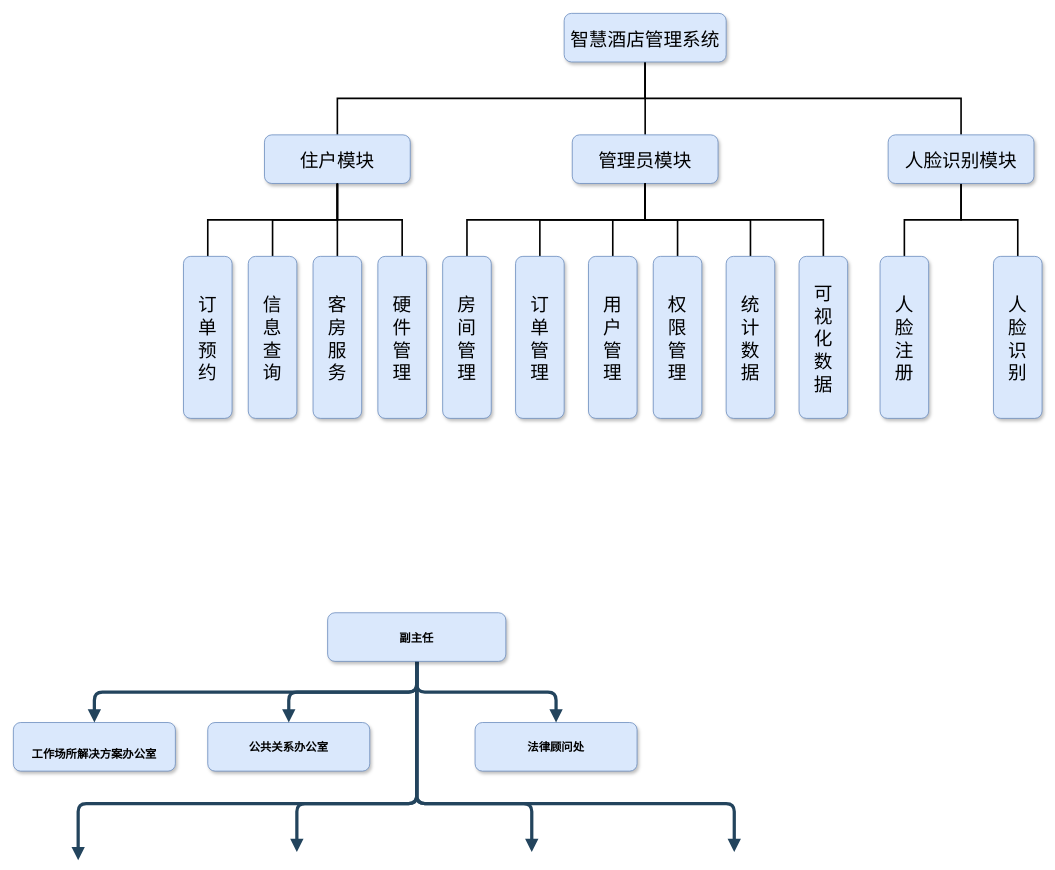
This is docs/src/系统机结构图.drawio from AndSonder/smart-hotel-database, a draw.io file, before an edit. Source tidied: cells renumbered, new cells numbered last; positions are measured from the earlier drawing's top-left corner, leaving out a move shared by most shapes. Both pictures are drawn from the tidied source at 81%, with x=0, y=0 at pixel (13, 13).
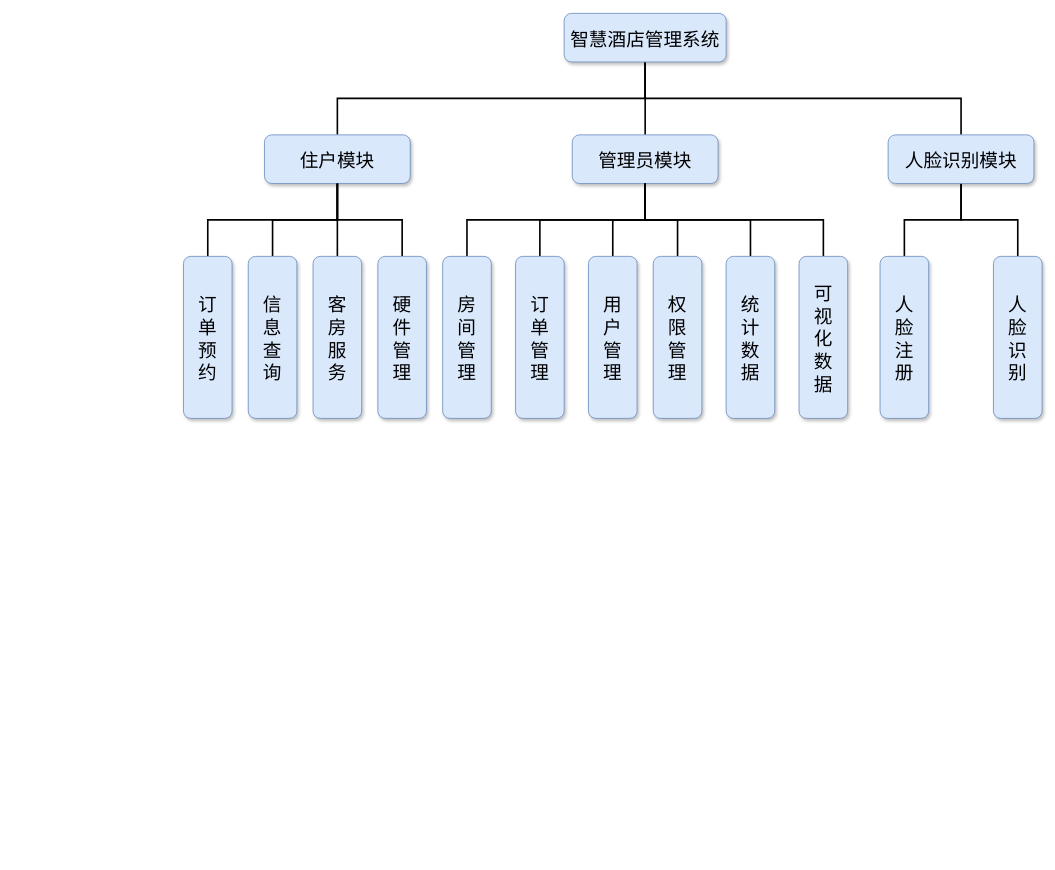
After the change.

Commit message (it also covers changes not shown here):
更新了需求分析文档图片

The edit, as a diff of the source:
```diff
@@
-    <mxCell id="6" value="&#10;工作场所解决方案办公室" style="rounded=1;fillColor=#dae8fc;strokeColor=#6c8ebf;shadow=1;fontStyle=1;fontSize=14;" parent="1" vertex="1">
-      <mxGeometry y="875.5" width="200" height="60" as="geometry" />
-    </mxCell>
-    <mxCell id="7" value="公共关系办公室" style="rounded=1;fillColor=#dae8fc;strokeColor=#6c8ebf;shadow=1;fontStyle=1;fontSize=14;" parent="1" vertex="1">
-      <mxGeometry x="240" y="875.5" width="200" height="60" as="geometry" />
-    </mxCell>
-    <mxCell id="8" value="法律顾问处" style="rounded=1;fillColor=#dae8fc;strokeColor=#6c8ebf;shadow=1;fontStyle=1;fontSize=14;" parent="1" vertex="1">
-      <mxGeometry x="570" y="875.5" width="200" height="60" as="geometry" />
-    </mxCell>
-    <mxCell id="9" style="edgeStyle=elbowEdgeStyle;elbow=vertical;strokeWidth=4;endArrow=block;endFill=1;fontStyle=1;strokeColor=#23445D;" parent="1" edge="1" target="7">
-      <mxGeometry x="-140" y="645.5" as="geometry">
-        <mxPoint x="498" y="800" as="sourcePoint" />
-      </mxGeometry>
-    </mxCell>
-    <mxCell id="10" style="edgeStyle=elbowEdgeStyle;elbow=vertical;strokeWidth=4;endArrow=block;endFill=1;fontStyle=1;strokeColor=#23445D;" parent="1" edge="1" target="6">
-      <mxGeometry x="-140" y="645.5" as="geometry">
-        <mxPoint x="498" y="800" as="sourcePoint" />
-      </mxGeometry>
-    </mxCell>
-    <mxCell id="11" style="edgeStyle=elbowEdgeStyle;elbow=vertical;strokeWidth=4;endArrow=block;endFill=1;fontStyle=1;strokeColor=#23445D;" parent="1" edge="1" target="8">
-      <mxGeometry x="-140" y="645.5" as="geometry">
-        <mxPoint x="498" y="800" as="sourcePoint" />
-      </mxGeometry>
-    </mxCell>
-    <mxCell id="12" style="edgeStyle=elbowEdgeStyle;elbow=vertical;strokeWidth=4;endArrow=block;endFill=1;fontStyle=1;strokeColor=#23445D;" parent="1" edge="1">
-      <mxGeometry x="-140" y="645.5" as="geometry">
-        <mxPoint x="498" y="800" as="sourcePoint" />
-        <mxPoint x="80" y="1045.5" as="targetPoint" />
-        <Array as="points">
-          <mxPoint x="250" y="975.5" />
-        </Array>
-      </mxGeometry>
-    </mxCell>
-    <mxCell id="13" style="edgeStyle=elbowEdgeStyle;elbow=vertical;strokeWidth=4;endArrow=block;endFill=1;fontStyle=1;strokeColor=#23445D;" parent="1" edge="1">
-      <mxGeometry x="-140" y="645.5" as="geometry">
-        <mxPoint x="498" y="800" as="sourcePoint" />
-        <mxPoint x="890" y="1035.5" as="targetPoint" />
-        <Array as="points">
-          <mxPoint x="670" y="975.5" />
-        </Array>
-      </mxGeometry>
-    </mxCell>
-    <mxCell id="14" style="edgeStyle=elbowEdgeStyle;elbow=vertical;strokeWidth=4;endArrow=block;endFill=1;fontStyle=1;strokeColor=#23445D;" parent="1" edge="1">
-      <mxGeometry x="-140" y="645.5" as="geometry">
-        <mxPoint x="498" y="800" as="sourcePoint" />
-        <mxPoint x="350" y="1035.5" as="targetPoint" />
-        <Array as="points">
-          <mxPoint x="350" y="975.5" />
-        </Array>
-      </mxGeometry>
-    </mxCell>
-    <mxCell id="15" style="edgeStyle=elbowEdgeStyle;elbow=vertical;strokeWidth=4;endArrow=block;endFill=1;fontStyle=1;strokeColor=#23445D;" parent="1" edge="1">
-      <mxGeometry x="-140" y="645.5" as="geometry">
-        <mxPoint x="498" y="800" as="sourcePoint" />
-        <mxPoint x="640" y="1035.5" as="targetPoint" />
-        <Array as="points">
-          <mxPoint x="640" y="975.5" />
-        </Array>
-      </mxGeometry>
-    </mxCell>
-    <mxCell id="16" value="副主任" style="rounded=1;fillColor=#dae8fc;strokeColor=#6c8ebf;shadow=1;fontStyle=1;fontSize=14;" parent="1" vertex="1">
-      <mxGeometry x="388" y="740" width="220" height="60" as="geometry" />
-    </mxCell>
```
